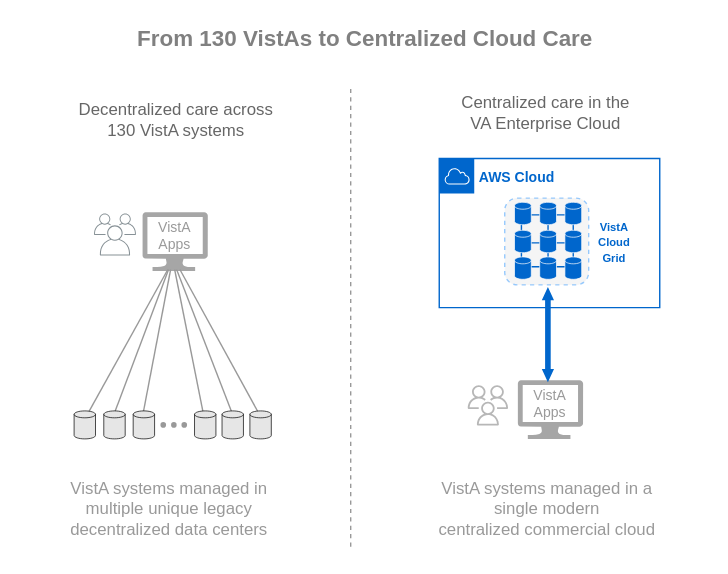
cloudvista/vaa keeps this draw.io diagram as img/vista-to-vaec.svg. Above is the earlier version. Source tidied: cells renumbered, new cells last; positions are measured from the earlier drawing's top-left corner, leaving out a move shared by most shapes.
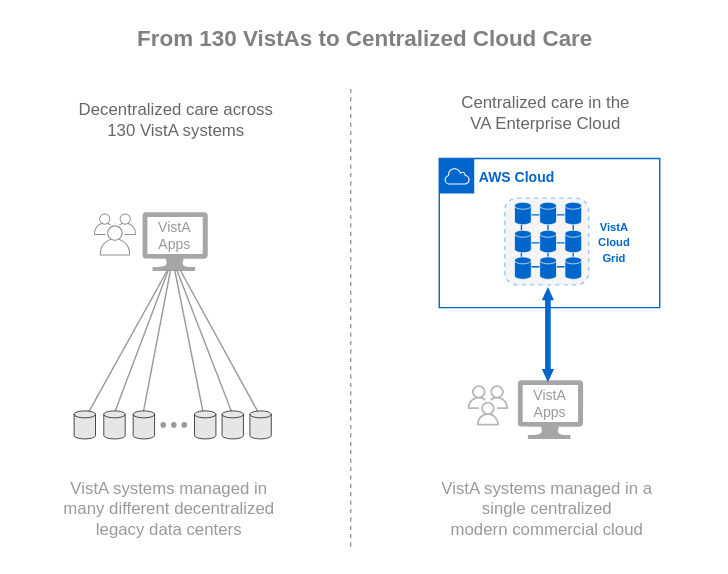
Above is the later version.

Diff of the diagram source:
```diff
@@ -86,11 +86,11 @@
     <mxCell id="23" style="shape=cylinder3;whiteSpace=wrap;html=1;boundedLbl=1;backgroundOutline=1;size=2.4705882352940876;strokeColor=#000000;strokeWidth=0.5;fillColor=#E6E6E6;gradientColor=none;" parent="1" vertex="1">
       <mxGeometry x="158.1" y="293" width="15.3" height="20" as="geometry" />
     </mxCell>
-    <mxCell id="24" value="VistA systems managed in&lt;br&gt;multiple unique legacy&lt;br&gt;&amp;nbsp;decentralized data centers" style="text;html=1;align=center;verticalAlign=middle;strokeColor=none;fillColor=none;fontColor=#999999;" parent="1" vertex="1">
-      <mxGeometry x="34.9" y="333" width="170" height="60" as="geometry" />
+    <mxCell id="24" value="VistA systems managed in&lt;br&gt;&lt;font style=&quot;color: rgb(153, 153, 153);&quot;&gt;many different decentralized&amp;nbsp;&lt;/font&gt;&lt;div&gt;&lt;font style=&quot;color: rgb(153, 153, 153);&quot;&gt;legacy data centers&lt;/font&gt;&lt;/div&gt;" style="text;html=1;align=center;verticalAlign=middle;strokeColor=none;fillColor=none;fontColor=#999999;" parent="1" vertex="1">
+      <mxGeometry x="29.9" y="333" width="180" height="60" as="geometry" />
     </mxCell>
-    <mxCell id="25" value="VistA systems managed in a &lt;br&gt;single modern&lt;br&gt;centralized commercial cloud&amp;nbsp;" style="text;html=1;align=center;verticalAlign=middle;strokeColor=none;fillColor=none;fontColor=#999999;" parent="1" vertex="1">
-      <mxGeometry x="300" y="333" width="180" height="60" as="geometry" />
+    <mxCell id="25" value="VistA systems managed in a &lt;br&gt;single centralized&lt;br&gt;modern commercial cloud&amp;nbsp;" style="text;html=1;align=center;verticalAlign=middle;strokeColor=none;fillColor=none;fontColor=#999999;" parent="1" vertex="1">
+      <mxGeometry x="305" y="333" width="170" height="60" as="geometry" />
     </mxCell>
     <mxCell id="26" style="sketch=0;gradientColor=none;fontColor=#545B64;strokeColor=none;fillColor=#879196;dashed=0;verticalLabelPosition=bottom;verticalAlign=top;align=center;html=1;fontSize=12;fontStyle=0;shape=mxgraph.aws4.illustration_users;" parent="1" vertex="1">
       <mxGeometry x="66.6" y="152" width="30" height="30" as="geometry" />
```
